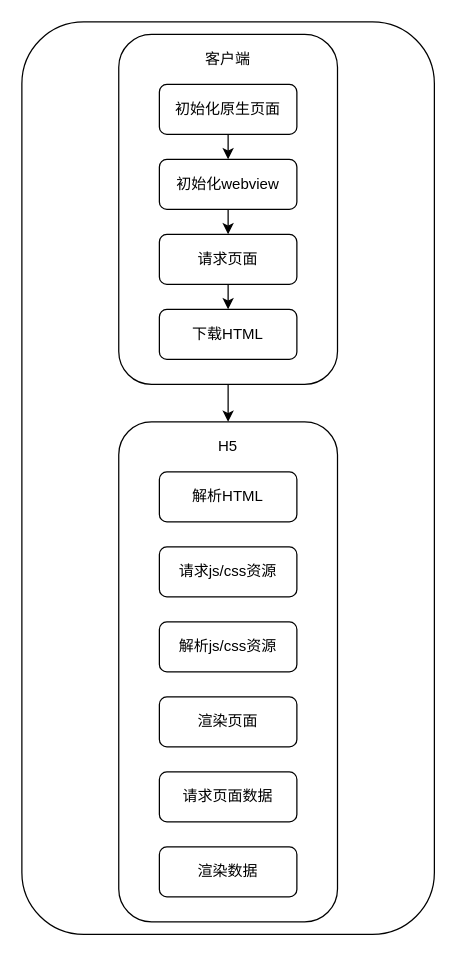
Above: h5首屏.drawio in ks-stack/drawio (draw.io), before the change. Source tidied: cells renumbered, new cells numbered last; positions are measured from the earlier drawing's top-left corner, leaving out a move shared by most shapes. Both pictures are drawn from the tidied source at 125%, with x=0, y=0 at pixel (21, 21).
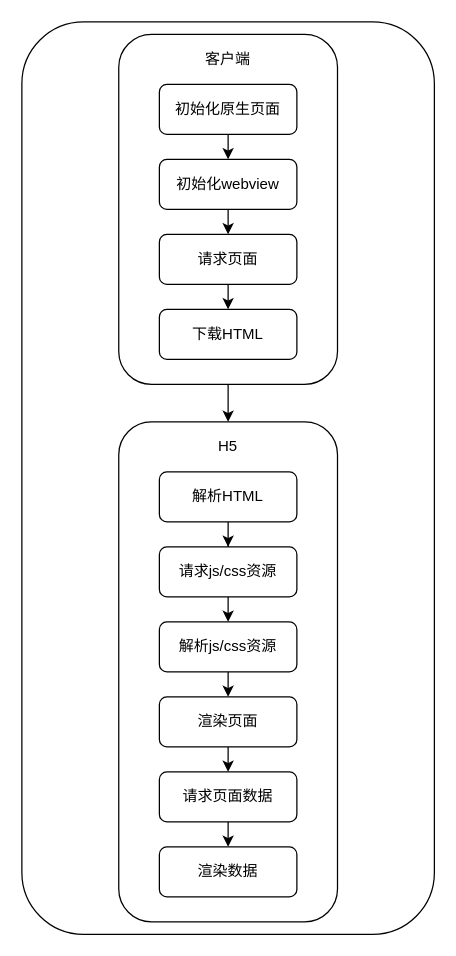
The same diagram, later.

Unchanged cells that the change refers to:
```xml
<mxCell id="14" value="&lt;div class=&quot;lake-content&quot;&gt;&lt;div class=&quot;lake-content&quot;&gt;&lt;div class=&quot;lake-content&quot;&gt;&lt;div class=&quot;lake-content&quot;&gt;&lt;div class=&quot;lake-content&quot;&gt;&lt;span class=&quot;ne-text&quot;&gt;解析HTML&lt;/span&gt;&lt;/div&gt;&lt;/div&gt;&lt;/div&gt;&lt;/div&gt;&lt;/div&gt;" style="rounded=1;whiteSpace=wrap;html=1;" parent="1" vertex="1">
  <mxGeometry x="110" y="360" width="110" height="40" as="geometry" />
</mxCell>
<mxCell id="16" value="&lt;div class=&quot;lake-content&quot;&gt;&lt;div class=&quot;lake-content&quot;&gt;&lt;div class=&quot;lake-content&quot;&gt;&lt;div class=&quot;lake-content&quot;&gt;&lt;div class=&quot;lake-content&quot;&gt;&lt;div class=&quot;lake-content&quot;&gt;&lt;span class=&quot;ne-text&quot;&gt;请求js/css资源&lt;/span&gt;&lt;/div&gt;&lt;/div&gt;&lt;/div&gt;&lt;/div&gt;&lt;/div&gt;&lt;/div&gt;" style="rounded=1;whiteSpace=wrap;html=1;" parent="1" vertex="1">
  <mxGeometry x="110" y="420" width="110" height="40" as="geometry" />
</mxCell>
<mxCell id="17" value="&lt;div class=&quot;lake-content&quot;&gt;&lt;div class=&quot;lake-content&quot;&gt;&lt;div class=&quot;lake-content&quot;&gt;&lt;div class=&quot;lake-content&quot;&gt;&lt;div class=&quot;lake-content&quot;&gt;&lt;div class=&quot;lake-content&quot;&gt;&lt;span class=&quot;ne-text&quot;&gt;解析js/css资源&lt;/span&gt;&lt;/div&gt;&lt;/div&gt;&lt;/div&gt;&lt;/div&gt;&lt;/div&gt;&lt;/div&gt;" style="rounded=1;whiteSpace=wrap;html=1;" parent="1" vertex="1">
  <mxGeometry x="110" y="480" width="110" height="40" as="geometry" />
</mxCell>
<mxCell id="18" value="&lt;div class=&quot;lake-content&quot;&gt;&lt;div class=&quot;lake-content&quot;&gt;&lt;div class=&quot;lake-content&quot;&gt;&lt;div class=&quot;lake-content&quot;&gt;&lt;div class=&quot;lake-content&quot;&gt;&lt;div class=&quot;lake-content&quot;&gt;&lt;span class=&quot;ne-text&quot;&gt;渲染页面&lt;/span&gt;&lt;/div&gt;&lt;/div&gt;&lt;/div&gt;&lt;/div&gt;&lt;/div&gt;&lt;/div&gt;" style="rounded=1;whiteSpace=wrap;html=1;" parent="1" vertex="1">
  <mxGeometry x="110" y="540" width="110" height="40" as="geometry" />
</mxCell>
<mxCell id="19" value="&lt;div class=&quot;lake-content&quot;&gt;&lt;div class=&quot;lake-content&quot;&gt;&lt;div class=&quot;lake-content&quot;&gt;&lt;div class=&quot;lake-content&quot;&gt;&lt;div class=&quot;lake-content&quot;&gt;&lt;div class=&quot;lake-content&quot;&gt;&lt;div class=&quot;lake-content&quot;&gt;&lt;span class=&quot;ne-text&quot;&gt;请求页面数据&lt;/span&gt;&lt;/div&gt;&lt;/div&gt;&lt;/div&gt;&lt;/div&gt;&lt;/div&gt;&lt;/div&gt;&lt;/div&gt;" style="rounded=1;whiteSpace=wrap;html=1;" parent="1" vertex="1">
  <mxGeometry x="110" y="600" width="110" height="40" as="geometry" />
</mxCell>
<mxCell id="20" value="&lt;div class=&quot;lake-content&quot;&gt;&lt;div class=&quot;lake-content&quot;&gt;&lt;div class=&quot;lake-content&quot;&gt;&lt;div class=&quot;lake-content&quot;&gt;&lt;div class=&quot;lake-content&quot;&gt;&lt;div class=&quot;lake-content&quot;&gt;&lt;div class=&quot;lake-content&quot;&gt;&lt;div class=&quot;lake-content&quot;&gt;&lt;span class=&quot;ne-text&quot;&gt;渲染数据&lt;/span&gt;&lt;/div&gt;&lt;/div&gt;&lt;/div&gt;&lt;/div&gt;&lt;/div&gt;&lt;/div&gt;&lt;/div&gt;&lt;/div&gt;" style="rounded=1;whiteSpace=wrap;html=1;" parent="1" vertex="1">
  <mxGeometry x="110" y="660" width="110" height="40" as="geometry" />
</mxCell>
```

Diff of the diagram source:
```diff
@@
+    <mxCell id="21" style="edgeStyle=orthogonalEdgeStyle;rounded=0;jettySize=auto;html=1;" parent="1" edge="1" source="14" target="16">
+      <mxGeometry relative="1" as="geometry" />
+    </mxCell>
@@
+    <mxCell id="22" style="edgeStyle=orthogonalEdgeStyle;rounded=0;jettySize=auto;html=1;exitX=0.5;exitY=1;exitDx=0;exitDy=0;entryX=0.5;entryY=0;entryDx=0;entryDy=0;" parent="1" edge="1" source="16" target="17">
+      <mxGeometry relative="1" as="geometry" />
+    </mxCell>
@@
+    <mxCell id="23" style="edgeStyle=orthogonalEdgeStyle;rounded=0;jettySize=auto;html=1;exitX=0.5;exitY=1;exitDx=0;exitDy=0;entryX=0.5;entryY=0;entryDx=0;entryDy=0;" parent="1" edge="1" source="17" target="18">
+      <mxGeometry relative="1" as="geometry" />
+    </mxCell>
@@
+    <mxCell id="24" style="edgeStyle=orthogonalEdgeStyle;rounded=0;jettySize=auto;html=1;exitX=0.5;exitY=1;exitDx=0;exitDy=0;entryX=0.5;entryY=0;entryDx=0;entryDy=0;" parent="1" edge="1" source="18" target="19">
+      <mxGeometry relative="1" as="geometry" />
+    </mxCell>
@@
+    <mxCell id="25" style="edgeStyle=orthogonalEdgeStyle;rounded=0;jettySize=auto;html=1;exitX=0.5;exitY=1;exitDx=0;exitDy=0;entryX=0.5;entryY=0;entryDx=0;entryDy=0;" parent="1" edge="1" source="19" target="20">
+      <mxGeometry relative="1" as="geometry" />
+    </mxCell>
```
